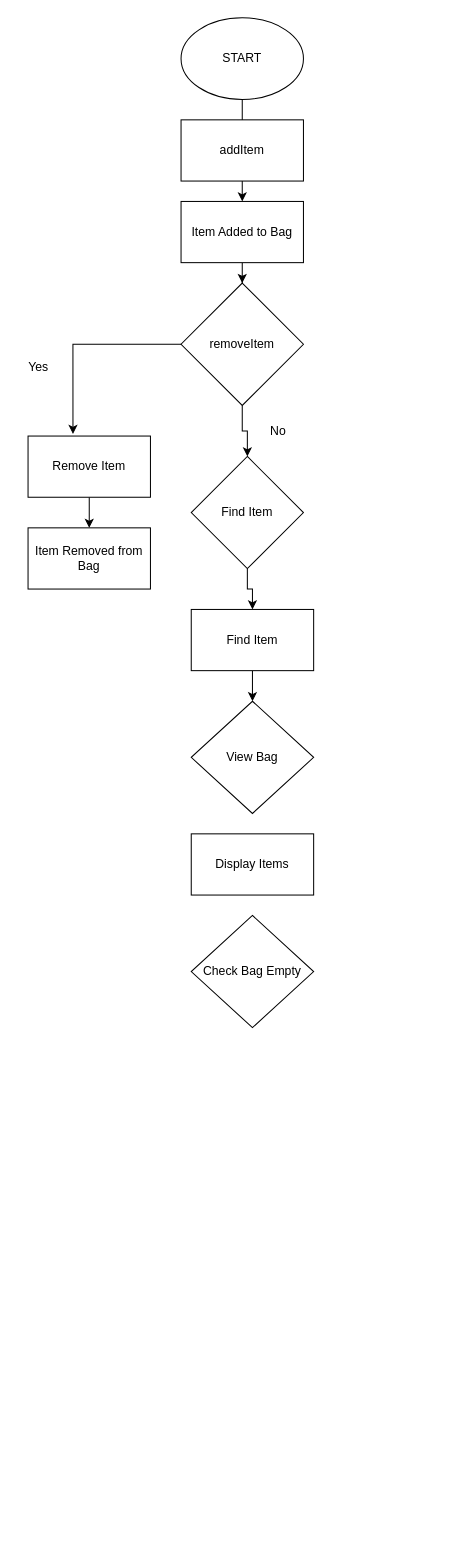
Above: CSC400Mod1.drawio in AjBurds/CT1Flowchart (draw.io), before the change. Source tidied: cells renumbered, new cells numbered last; positions are measured from the earlier drawing's top-left corner, leaving out a move shared by most shapes. Both pictures are drawn from the tidied source at 102%, with x=0, y=0 at pixel (17, 17).
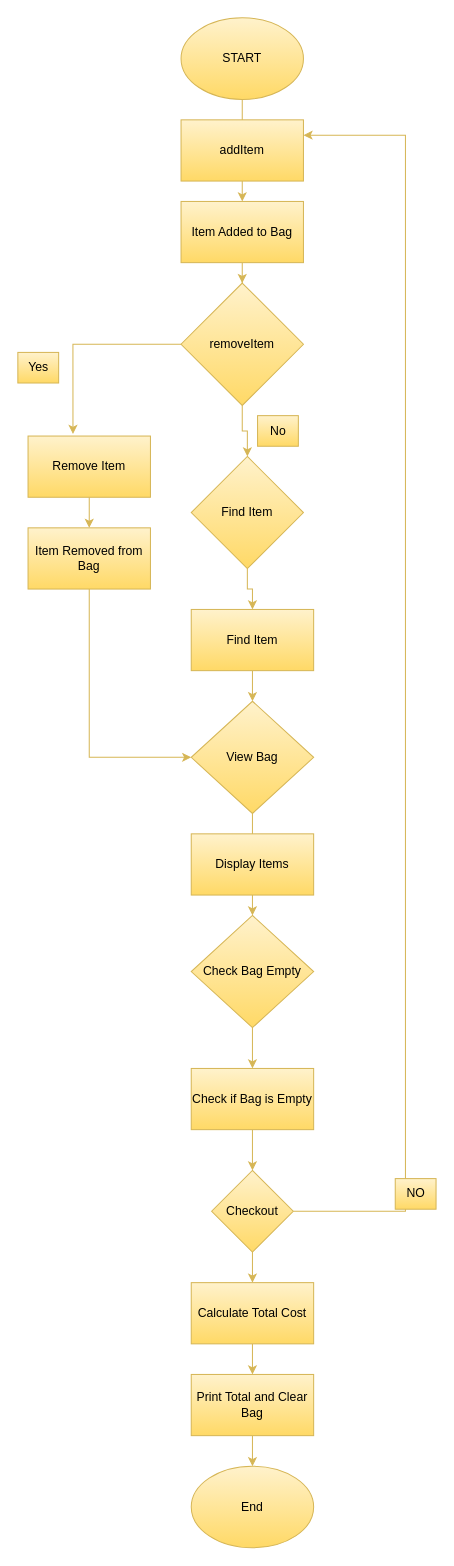
After the change.

Diff of the diagram source:
```diff
@@
-    <mxCell id="2" style="edgeStyle=orthogonalEdgeStyle;rounded=0;jettySize=auto;html=1;" parent="1" edge="1" source="3" target="6">
+    <mxCell id="2" style="edgeStyle=orthogonalEdgeStyle;rounded=0;jettySize=auto;html=1;fillColor=#fff2cc;gradientColor=#ffd966;strokeColor=#d6b656;" parent="1" edge="1" source="3" target="6">
       <mxGeometry relative="1" as="geometry" />
     </mxCell>
-    <mxCell id="3" value="START" style="ellipse;whiteSpace=wrap;html=1;" parent="1" vertex="1">
+    <mxCell id="3" value="START" style="ellipse;whiteSpace=wrap;html=1;fillColor=#fff2cc;gradientColor=#ffd966;strokeColor=#d6b656;" parent="1" vertex="1">
       <mxGeometry x="160" width="120" height="80" as="geometry" />
     </mxCell>
-    <mxCell id="4" value="addItem" style="rounded=0;whiteSpace=wrap;html=1;" parent="1" vertex="1">
+    <mxCell id="4" value="addItem" style="rounded=0;whiteSpace=wrap;html=1;fillColor=#fff2cc;gradientColor=#ffd966;strokeColor=#d6b656;" parent="1" vertex="1">
       <mxGeometry x="160" y="100" width="120" height="60" as="geometry" />
     </mxCell>
-    <mxCell id="5" style="edgeStyle=orthogonalEdgeStyle;rounded=0;jettySize=auto;html=1;" parent="1" edge="1" source="6" target="9">
+    <mxCell id="5" style="edgeStyle=orthogonalEdgeStyle;rounded=0;jettySize=auto;html=1;fillColor=#fff2cc;gradientColor=#ffd966;strokeColor=#d6b656;" parent="1" edge="1" source="6" target="9">
       <mxGeometry relative="1" as="geometry" />
     </mxCell>
-    <mxCell id="6" value="Item Added to Bag" style="rounded=0;whiteSpace=wrap;html=1;" parent="1" vertex="1">
+    <mxCell id="6" value="Item Added to Bag" style="rounded=0;whiteSpace=wrap;html=1;fillColor=#fff2cc;gradientColor=#ffd966;strokeColor=#d6b656;" parent="1" vertex="1">
       <mxGeometry x="160" y="180" width="120" height="60" as="geometry" />
     </mxCell>
-    <mxCell id="7" style="edgeStyle=orthogonalEdgeStyle;rounded=0;jettySize=auto;html=1;entryX=0.367;entryY=-0.033;entryDx=0;entryDy=0;entryPerimeter=0;" parent="1" edge="1" source="9" target="11">
+    <mxCell id="7" style="edgeStyle=orthogonalEdgeStyle;rounded=0;jettySize=auto;html=1;entryX=0.367;entryY=-0.033;entryDx=0;entryDy=0;entryPerimeter=0;fillColor=#fff2cc;gradientColor=#ffd966;strokeColor=#d6b656;" parent="1" edge="1" source="9" target="11">
       <mxGeometry relative="1" as="geometry" />
     </mxCell>
-    <mxCell id="8" style="edgeStyle=orthogonalEdgeStyle;rounded=0;jettySize=auto;html=1;" parent="1" edge="1" source="9" target="14">
+    <mxCell id="8" style="edgeStyle=orthogonalEdgeStyle;rounded=0;jettySize=auto;html=1;fillColor=#fff2cc;gradientColor=#ffd966;strokeColor=#d6b656;" parent="1" edge="1" source="9" target="14">
       <mxGeometry relative="1" as="geometry" />
     </mxCell>
-    <mxCell id="9" value="removeItem" style="rhombus;whiteSpace=wrap;html=1;" parent="1" vertex="1">
+    <mxCell id="9" value="removeItem" style="rhombus;whiteSpace=wrap;html=1;fillColor=#fff2cc;gradientColor=#ffd966;strokeColor=#d6b656;" parent="1" vertex="1">
       <mxGeometry x="160" y="260" width="120" height="120" as="geometry" />
     </mxCell>
-    <mxCell id="10" style="edgeStyle=orthogonalEdgeStyle;rounded=0;jettySize=auto;html=1;" parent="1" edge="1" source="11" target="12">
+    <mxCell id="10" style="edgeStyle=orthogonalEdgeStyle;rounded=0;jettySize=auto;html=1;fillColor=#fff2cc;gradientColor=#ffd966;strokeColor=#d6b656;" parent="1" edge="1" source="11" target="12">
       <mxGeometry relative="1" as="geometry" />
     </mxCell>
-    <mxCell id="11" value="Remove Item" style="rounded=0;whiteSpace=wrap;html=1;" parent="1" vertex="1">
+    <mxCell id="11" value="Remove Item" style="rounded=0;whiteSpace=wrap;html=1;fillColor=#fff2cc;gradientColor=#ffd966;strokeColor=#d6b656;" parent="1" vertex="1">
       <mxGeometry x="10" y="410" width="120" height="60" as="geometry" />
     </mxCell>
+    <mxCell id="22" style="edgeStyle=orthogonalEdgeStyle;rounded=0;jettySize=auto;html=1;entryX=0;entryY=0.5;entryDx=0;entryDy=0;fillColor=#fff2cc;gradientColor=#ffd966;strokeColor=#d6b656;" parent="1" edge="1" source="12" target="17">
+      <mxGeometry relative="1" as="geometry">
+        <Array as="points">
+          <mxPoint x="70" y="725" />
+        </Array>
+      </mxGeometry>
+    </mxCell>
-    <mxCell id="12" value="Item Removed from Bag" style="rounded=0;whiteSpace=wrap;html=1;" parent="1" vertex="1">
+    <mxCell id="12" value="Item Removed from Bag" style="rounded=0;whiteSpace=wrap;html=1;fillColor=#fff2cc;gradientColor=#ffd966;strokeColor=#d6b656;" parent="1" vertex="1">
       <mxGeometry x="10" y="500" width="120" height="60" as="geometry" />
     </mxCell>
-    <mxCell id="13" style="edgeStyle=orthogonalEdgeStyle;rounded=0;jettySize=auto;html=1;" parent="1" edge="1" source="14" target="16">
+    <mxCell id="13" style="edgeStyle=orthogonalEdgeStyle;rounded=0;jettySize=auto;html=1;fillColor=#fff2cc;gradientColor=#ffd966;strokeColor=#d6b656;" parent="1" edge="1" source="14" target="16">
       <mxGeometry relative="1" as="geometry" />
     </mxCell>
-    <mxCell id="14" value="Find Item" style="rhombus;whiteSpace=wrap;html=1;" parent="1" vertex="1">
+    <mxCell id="14" value="Find Item" style="rhombus;whiteSpace=wrap;html=1;fillColor=#fff2cc;gradientColor=#ffd966;strokeColor=#d6b656;" parent="1" vertex="1">
       <mxGeometry x="170" y="430" width="110" height="110" as="geometry" />
     </mxCell>
-    <mxCell id="15" style="edgeStyle=orthogonalEdgeStyle;rounded=0;jettySize=auto;html=1;" parent="1" edge="1" source="16" target="17">
+    <mxCell id="15" style="edgeStyle=orthogonalEdgeStyle;rounded=0;jettySize=auto;html=1;fillColor=#fff2cc;gradientColor=#ffd966;strokeColor=#d6b656;" parent="1" edge="1" source="16" target="17">
       <mxGeometry relative="1" as="geometry" />
     </mxCell>
-    <mxCell id="16" value="Find Item" style="rounded=0;whiteSpace=wrap;html=1;" parent="1" vertex="1">
+    <mxCell id="16" value="Find Item" style="rounded=0;whiteSpace=wrap;html=1;fillColor=#fff2cc;gradientColor=#ffd966;strokeColor=#d6b656;" parent="1" vertex="1">
       <mxGeometry x="170" y="580" width="120" height="60" as="geometry" />
     </mxCell>
+    <mxCell id="23" style="edgeStyle=orthogonalEdgeStyle;rounded=0;jettySize=auto;html=1;fillColor=#fff2cc;gradientColor=#ffd966;strokeColor=#d6b656;" parent="1" edge="1" source="17" target="19">
+      <mxGeometry relative="1" as="geometry" />
+    </mxCell>
-    <mxCell id="17" value="View Bag" style="rhombus;whiteSpace=wrap;html=1;" parent="1" vertex="1">
+    <mxCell id="17" value="View Bag" style="rhombus;whiteSpace=wrap;html=1;fillColor=#fff2cc;gradientColor=#ffd966;strokeColor=#d6b656;" parent="1" vertex="1">
       <mxGeometry x="170" y="670" width="120" height="110" as="geometry" />
     </mxCell>
-    <mxCell id="18" value="Display Items" style="rounded=0;whiteSpace=wrap;html=1;" parent="1" vertex="1">
+    <mxCell id="18" value="Display Items" style="rounded=0;whiteSpace=wrap;html=1;fillColor=#fff2cc;gradientColor=#ffd966;strokeColor=#d6b656;" parent="1" vertex="1">
       <mxGeometry x="170" y="800" width="120" height="60" as="geometry" />
     </mxCell>
+    <mxCell id="24" style="edgeStyle=orthogonalEdgeStyle;rounded=0;jettySize=auto;html=1;fillColor=#fff2cc;gradientColor=#ffd966;strokeColor=#d6b656;" parent="1" edge="1" source="19" target="26">
+      <mxGeometry relative="1" as="geometry" />
+    </mxCell>
-    <mxCell id="19" value="Check Bag Empty" style="rhombus;whiteSpace=wrap;html=1;" parent="1" vertex="1">
+    <mxCell id="19" value="Check Bag Empty" style="rhombus;whiteSpace=wrap;html=1;fillColor=#fff2cc;gradientColor=#ffd966;strokeColor=#d6b656;" parent="1" vertex="1">
       <mxGeometry x="170" y="880" width="120" height="110" as="geometry" />
     </mxCell>
-    <mxCell id="20" value="Yes" style="text;html=1;align=center;verticalAlign=middle;strokeColor=none;fillColor=none;" parent="1" vertex="1">
+    <mxCell id="20" value="Yes" style="text;html=1;align=center;verticalAlign=middle;strokeColor=#d6b656;fillColor=#fff2cc;gradientColor=#ffd966;" parent="1" vertex="1">
       <mxGeometry y="328" width="40" height="30" as="geometry" />
     </mxCell>
-    <mxCell id="21" value="No" style="text;html=1;align=center;verticalAlign=middle;strokeColor=none;fillColor=none;" parent="1" vertex="1">
+    <mxCell id="21" value="No" style="text;html=1;align=center;verticalAlign=middle;strokeColor=#d6b656;fillColor=#fff2cc;gradientColor=#ffd966;" parent="1" vertex="1">
       <mxGeometry x="235" y="390" width="40" height="30" as="geometry" />
     </mxCell>
+    <mxCell id="25" style="edgeStyle=orthogonalEdgeStyle;rounded=0;jettySize=auto;html=1;fillColor=#fff2cc;gradientColor=#ffd966;strokeColor=#d6b656;" parent="1" edge="1" source="26" target="29">
+      <mxGeometry relative="1" as="geometry" />
+    </mxCell>
+    <mxCell id="26" value="Check if Bag is Empty" style="rounded=0;whiteSpace=wrap;html=1;fillColor=#fff2cc;gradientColor=#ffd966;strokeColor=#d6b656;" parent="1" vertex="1">
+      <mxGeometry x="170" y="1030" width="120" height="60" as="geometry" />
+    </mxCell>
+    <mxCell id="27" style="edgeStyle=orthogonalEdgeStyle;rounded=0;jettySize=auto;html=1;entryX=1;entryY=0.25;entryDx=0;entryDy=0;fillColor=#fff2cc;gradientColor=#ffd966;strokeColor=#d6b656;" parent="1" edge="1" source="29" target="4">
+      <mxGeometry relative="1" as="geometry">
+        <Array as="points">
+          <mxPoint x="380" y="1170" />
+          <mxPoint x="380" y="115" />
+        </Array>
+      </mxGeometry>
+    </mxCell>
+    <mxCell id="28" style="edgeStyle=orthogonalEdgeStyle;rounded=0;jettySize=auto;html=1;fillColor=#fff2cc;gradientColor=#ffd966;strokeColor=#d6b656;" parent="1" edge="1" source="29" target="32">
+      <mxGeometry relative="1" as="geometry" />
+    </mxCell>
+    <mxCell id="29" value="Checkout" style="rhombus;whiteSpace=wrap;html=1;fillColor=#fff2cc;gradientColor=#ffd966;strokeColor=#d6b656;" parent="1" vertex="1">
+      <mxGeometry x="190" y="1130" width="80" height="80" as="geometry" />
+    </mxCell>
+    <mxCell id="30" value="NO" style="text;html=1;align=center;verticalAlign=middle;strokeColor=#d6b656;fillColor=#fff2cc;gradientColor=#ffd966;" parent="1" vertex="1">
+      <mxGeometry x="370" y="1138" width="40" height="30" as="geometry" />
+    </mxCell>
+    <mxCell id="31" style="edgeStyle=orthogonalEdgeStyle;rounded=0;jettySize=auto;html=1;fillColor=#fff2cc;gradientColor=#ffd966;strokeColor=#d6b656;" parent="1" edge="1" source="32" target="34">
+      <mxGeometry relative="1" as="geometry" />
+    </mxCell>
+    <mxCell id="32" value="Calculate Total Cost" style="rounded=0;whiteSpace=wrap;html=1;fillColor=#fff2cc;gradientColor=#ffd966;strokeColor=#d6b656;" parent="1" vertex="1">
+      <mxGeometry x="170" y="1240" width="120" height="60" as="geometry" />
+    </mxCell>
+    <mxCell id="33" style="edgeStyle=orthogonalEdgeStyle;rounded=0;jettySize=auto;html=1;fillColor=#fff2cc;gradientColor=#ffd966;strokeColor=#d6b656;" parent="1" edge="1" source="34" target="35">
+      <mxGeometry relative="1" as="geometry" />
+    </mxCell>
+    <mxCell id="34" value="Print Total and Clear Bag" style="rounded=0;whiteSpace=wrap;html=1;fillColor=#fff2cc;gradientColor=#ffd966;strokeColor=#d6b656;" parent="1" vertex="1">
+      <mxGeometry x="170" y="1330" width="120" height="60" as="geometry" />
+    </mxCell>
+    <mxCell id="35" value="End" style="ellipse;whiteSpace=wrap;html=1;fillColor=#fff2cc;gradientColor=#ffd966;strokeColor=#d6b656;" parent="1" vertex="1">
+      <mxGeometry x="170" y="1420" width="120" height="80" as="geometry" />
+    </mxCell>
```
